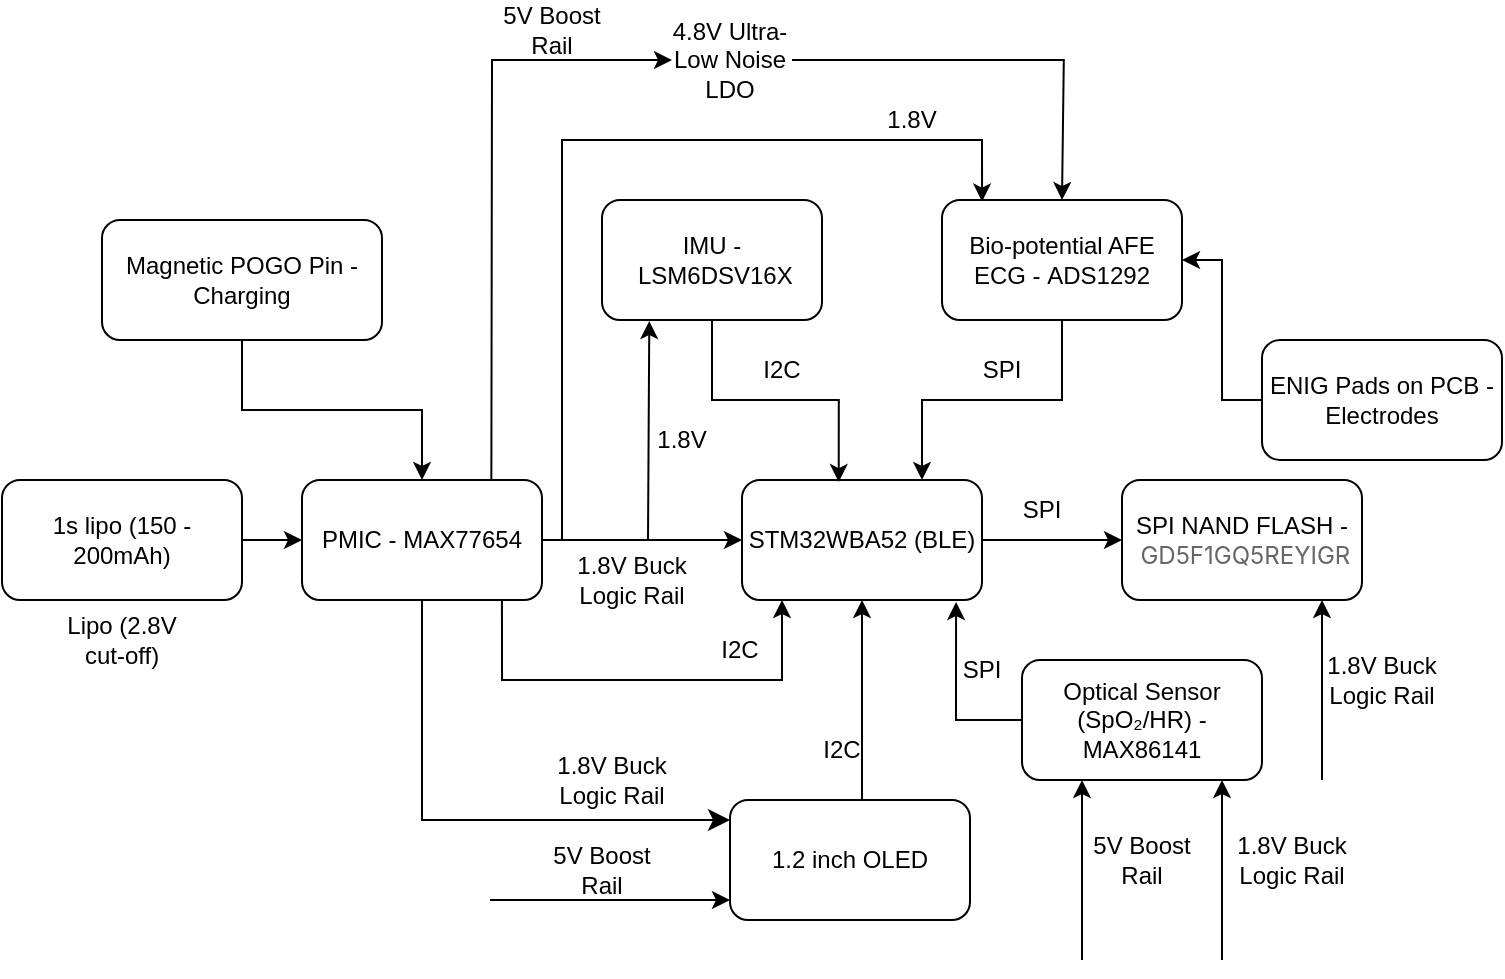
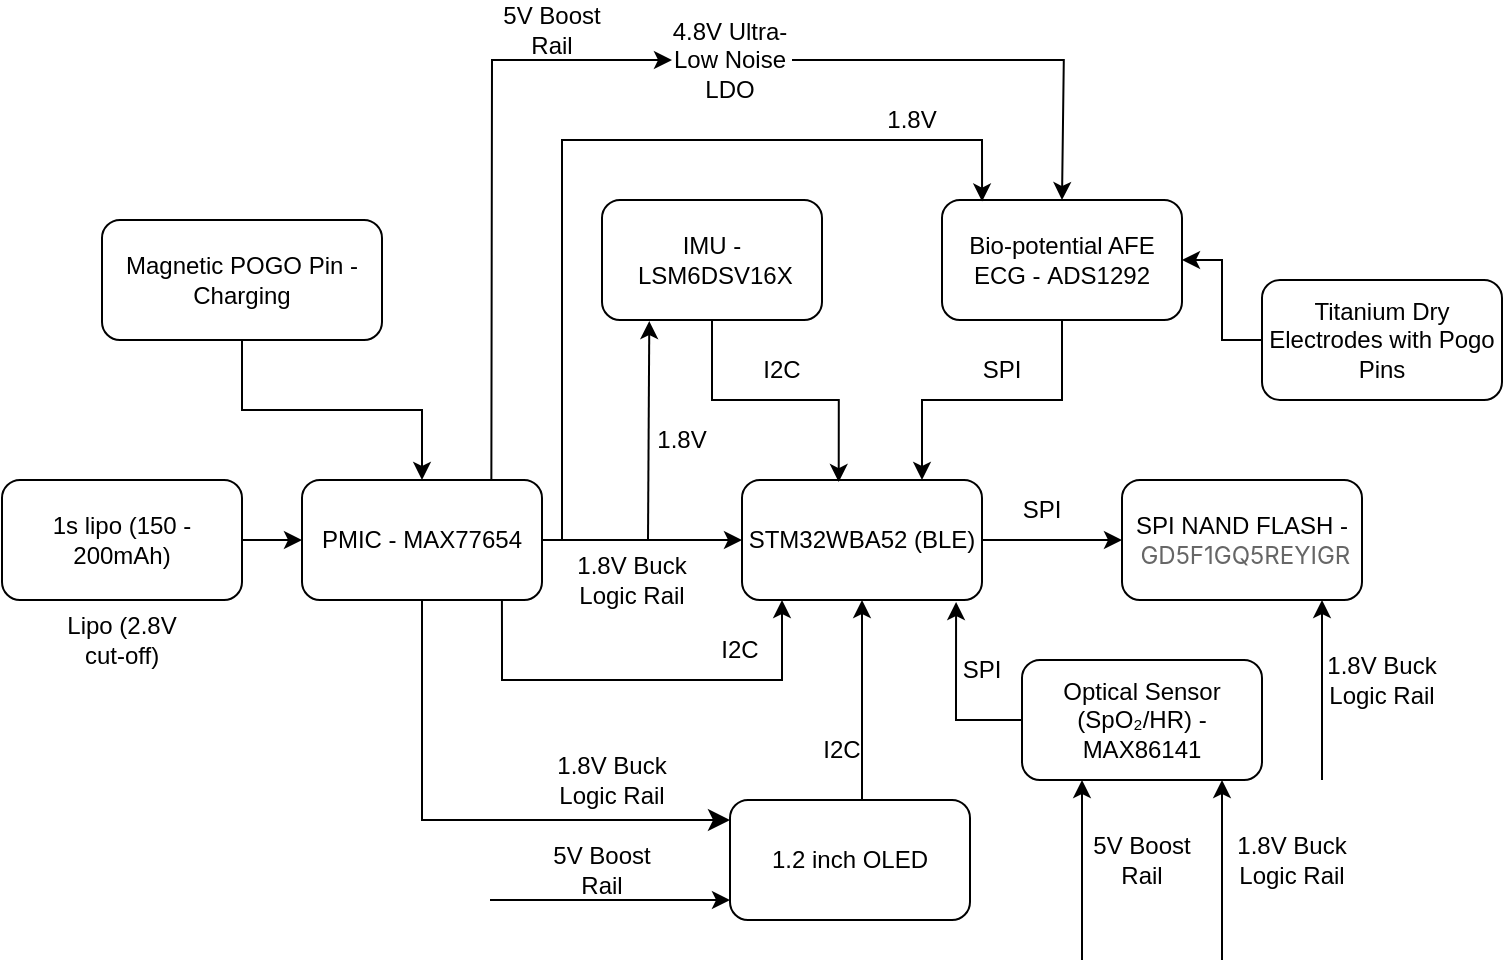
- <mxfile host="app.diagrams.net" agent="Mozilla/5.0 (Windows NT 10.0; Win64; x64) AppleWebKit/537.36 (KHTML, like Gecko) Chrome/145.0.0.0 Safari/537.36" version="29.6.4">
-   <diagram name="Page-1" id="kdr1D5AsXP2qeaeHXdVw">
-     <mxGraphModel dx="830" dy="437" grid="1" gridSize="10" guides="1" tooltips="1" connect="1" arrows="1" fold="1" page="1" pageScale="1" pageWidth="827" pageHeight="1169" math="0" shadow="0">
+ <mxfile host="app.diagrams.net" agent="Mozilla/5.0 (Windows NT 10.0; Win64; x64) AppleWebKit/537.36 (KHTML, like Gecko) Chrome/146.0.0.0 Safari/537.36">
+   <diagram name="Page-1" id="CBl6GuvdJ9SK1baWPvYd">
+     <mxGraphModel dx="1441" dy="764" grid="1" gridSize="10" guides="1" tooltips="1" connect="1" arrows="1" fold="1" page="1" pageScale="1" pageWidth="827" pageHeight="1169" math="0" shadow="0">
      <root>
        <mxCell id="0" />
        <mxCell id="1" parent="0" />
-         <mxCell id="BAGEx4Xcw8m6xMS7BeU6-1" parent="1" style="rounded=1;whiteSpace=wrap;html=1;" value="STM32WBA52 (BLE)" vertex="1">
+         <mxCell id="Z0qqgufa7MZAfJGrAJLe-1" parent="1" style="rounded=1;whiteSpace=wrap;html=1;" value="STM32WBA52 (BLE)" vertex="1">
          <mxGeometry height="60" width="120" x="420" y="340" as="geometry" />
        </mxCell>
-         <mxCell id="BAGEx4Xcw8m6xMS7BeU6-2" edge="1" parent="1" source="BAGEx4Xcw8m6xMS7BeU6-3" style="edgeStyle=orthogonalEdgeStyle;rounded=0;orthogonalLoop=1;jettySize=auto;html=1;entryX=0;entryY=0.5;entryDx=0;entryDy=0;" target="BAGEx4Xcw8m6xMS7BeU6-1">
-           <mxGeometry relative="1" as="geometry" />
-         </mxCell>
-         <mxCell id="BAGEx4Xcw8m6xMS7BeU6-3" parent="1" style="rounded=1;whiteSpace=wrap;html=1;" value="PMIC - MAX77654" vertex="1">
+         <mxCell id="Z0qqgufa7MZAfJGrAJLe-2" edge="1" parent="1" source="Z0qqgufa7MZAfJGrAJLe-3" style="edgeStyle=orthogonalEdgeStyle;rounded=0;orthogonalLoop=1;jettySize=auto;html=1;entryX=0;entryY=0.5;entryDx=0;entryDy=0;" target="Z0qqgufa7MZAfJGrAJLe-1">
+           <mxGeometry relative="1" as="geometry" />
+         </mxCell>
+         <mxCell id="Z0qqgufa7MZAfJGrAJLe-3" parent="1" style="rounded=1;whiteSpace=wrap;html=1;" value="PMIC - MAX77654" vertex="1">
          <mxGeometry height="60" width="120" x="200" y="340" as="geometry" />
        </mxCell>
-         <mxCell id="BAGEx4Xcw8m6xMS7BeU6-4" parent="1" style="rounded=1;whiteSpace=wrap;html=1;" value="IMU -&amp;nbsp;LSM6DSV16X" vertex="1">
+         <mxCell id="Z0qqgufa7MZAfJGrAJLe-4" parent="1" style="rounded=1;whiteSpace=wrap;html=1;" value="IMU -&amp;nbsp;LSM6DSV16X" vertex="1">
          <mxGeometry height="60" width="110" x="350" y="200" as="geometry" />
        </mxCell>
-         <mxCell id="BAGEx4Xcw8m6xMS7BeU6-5" edge="1" parent="1" source="BAGEx4Xcw8m6xMS7BeU6-6" style="edgeStyle=orthogonalEdgeStyle;rounded=0;orthogonalLoop=1;jettySize=auto;html=1;entryX=0.75;entryY=0;entryDx=0;entryDy=0;" target="BAGEx4Xcw8m6xMS7BeU6-1">
-           <mxGeometry relative="1" as="geometry" />
-         </mxCell>
-         <mxCell id="BAGEx4Xcw8m6xMS7BeU6-6" parent="1" style="rounded=1;whiteSpace=wrap;html=1;" value="Bio-potential AFE&lt;div&gt;ECG -&amp;nbsp;ADS1292&lt;/div&gt;" vertex="1">
+         <mxCell id="Z0qqgufa7MZAfJGrAJLe-5" edge="1" parent="1" source="Z0qqgufa7MZAfJGrAJLe-6" style="edgeStyle=orthogonalEdgeStyle;rounded=0;orthogonalLoop=1;jettySize=auto;html=1;entryX=0.75;entryY=0;entryDx=0;entryDy=0;" target="Z0qqgufa7MZAfJGrAJLe-1">
+           <mxGeometry relative="1" as="geometry" />
+         </mxCell>
+         <mxCell id="Z0qqgufa7MZAfJGrAJLe-6" parent="1" style="rounded=1;whiteSpace=wrap;html=1;" value="Bio-potential AFE&lt;div&gt;ECG -&amp;nbsp;ADS1292&lt;/div&gt;" vertex="1">
          <mxGeometry height="60" width="120" x="520" y="200" as="geometry" />
        </mxCell>
-         <mxCell id="BAGEx4Xcw8m6xMS7BeU6-7" edge="1" parent="1" source="BAGEx4Xcw8m6xMS7BeU6-8" style="edgeStyle=orthogonalEdgeStyle;rounded=0;orthogonalLoop=1;jettySize=auto;html=1;entryX=0;entryY=0.5;entryDx=0;entryDy=0;" target="BAGEx4Xcw8m6xMS7BeU6-3">
-           <mxGeometry relative="1" as="geometry" />
-         </mxCell>
-         <mxCell id="BAGEx4Xcw8m6xMS7BeU6-8" parent="1" style="rounded=1;whiteSpace=wrap;html=1;" value="1s lipo (150 - 200mAh)" vertex="1">
+         <mxCell id="Z0qqgufa7MZAfJGrAJLe-7" edge="1" parent="1" source="Z0qqgufa7MZAfJGrAJLe-8" style="edgeStyle=orthogonalEdgeStyle;rounded=0;orthogonalLoop=1;jettySize=auto;html=1;entryX=0;entryY=0.5;entryDx=0;entryDy=0;" target="Z0qqgufa7MZAfJGrAJLe-3">
+           <mxGeometry relative="1" as="geometry" />
+         </mxCell>
+         <mxCell id="Z0qqgufa7MZAfJGrAJLe-8" parent="1" style="rounded=1;whiteSpace=wrap;html=1;" value="1s lipo (150 - 200mAh)" vertex="1">
          <mxGeometry height="60" width="120" x="50" y="340" as="geometry" />
        </mxCell>
-         <mxCell id="BAGEx4Xcw8m6xMS7BeU6-9" edge="1" parent="1" source="BAGEx4Xcw8m6xMS7BeU6-10" style="edgeStyle=orthogonalEdgeStyle;rounded=0;orthogonalLoop=1;jettySize=auto;html=1;entryX=0.5;entryY=1;entryDx=0;entryDy=0;" target="BAGEx4Xcw8m6xMS7BeU6-1">
+         <mxCell id="Z0qqgufa7MZAfJGrAJLe-9" edge="1" parent="1" source="Z0qqgufa7MZAfJGrAJLe-10" style="edgeStyle=orthogonalEdgeStyle;rounded=0;orthogonalLoop=1;jettySize=auto;html=1;entryX=0.5;entryY=1;entryDx=0;entryDy=0;" target="Z0qqgufa7MZAfJGrAJLe-1">
          <mxGeometry relative="1" as="geometry">
            <Array as="points">
              <mxPoint x="480" y="480" />
              <mxPoint x="480" y="480" />
            </Array>
          </mxGeometry>
        </mxCell>
-         <mxCell id="BAGEx4Xcw8m6xMS7BeU6-10" parent="1" style="rounded=1;whiteSpace=wrap;html=1;" value="1.2 inch OLED" vertex="1">
+         <mxCell id="Z0qqgufa7MZAfJGrAJLe-10" parent="1" style="rounded=1;whiteSpace=wrap;html=1;" value="1.2 inch OLED" vertex="1">
          <mxGeometry height="60" width="120" x="414" y="500" as="geometry" />
        </mxCell>
-         <mxCell id="BAGEx4Xcw8m6xMS7BeU6-11" parent="1" style="rounded=1;whiteSpace=wrap;html=1;" value="Optical Sensor (SpO₂/HR) - MAX86141" vertex="1">
+         <mxCell id="Z0qqgufa7MZAfJGrAJLe-11" parent="1" style="rounded=1;whiteSpace=wrap;html=1;" value="Optical Sensor (SpO₂/HR) - MAX86141" vertex="1">
          <mxGeometry height="60" width="120" x="560" y="430" as="geometry" />
        </mxCell>
-         <mxCell id="BAGEx4Xcw8m6xMS7BeU6-12" edge="1" parent="1" source="BAGEx4Xcw8m6xMS7BeU6-1" style="edgeStyle=orthogonalEdgeStyle;rounded=0;orthogonalLoop=1;jettySize=auto;html=1;exitX=1;exitY=0.5;exitDx=0;exitDy=0;entryX=0;entryY=0.5;entryDx=0;entryDy=0;" target="BAGEx4Xcw8m6xMS7BeU6-13">
+         <mxCell id="Z0qqgufa7MZAfJGrAJLe-12" edge="1" parent="1" source="Z0qqgufa7MZAfJGrAJLe-1" style="edgeStyle=orthogonalEdgeStyle;rounded=0;orthogonalLoop=1;jettySize=auto;html=1;exitX=1;exitY=0.5;exitDx=0;exitDy=0;entryX=0;entryY=0.5;entryDx=0;entryDy=0;" target="Z0qqgufa7MZAfJGrAJLe-13">
          <mxGeometry relative="1" as="geometry">
            <Array as="points" />
            <mxPoint x="555" y="370.0000000000001" as="sourcePoint" />
            <mxPoint x="590" y="370.31" as="targetPoint" />
          </mxGeometry>
        </mxCell>
-         <mxCell id="BAGEx4Xcw8m6xMS7BeU6-13" parent="1" style="rounded=1;whiteSpace=wrap;html=1;" value="SPI NAND FLASH -&amp;nbsp;&lt;span style=&quot;font-family: Inter, &amp;quot;Microsoft YaHei&amp;quot;, PingFangSC, PingFangSC-Semibold, notosans; text-align: start; background-color: rgb(255, 255, 255);&quot;&gt;&lt;font style=&quot;color: light-dark(rgb(102, 102, 102), rgb(255, 255, 255));&quot;&gt;GD5F1GQ5REYIGR&lt;/font&gt;&lt;/span&gt;" vertex="1">
+         <mxCell id="Z0qqgufa7MZAfJGrAJLe-13" parent="1" style="rounded=1;whiteSpace=wrap;html=1;" value="SPI NAND FLASH -&amp;nbsp;&lt;span style=&quot;font-family: Inter, &amp;quot;Microsoft YaHei&amp;quot;, PingFangSC, PingFangSC-Semibold, notosans; text-align: start; background-color: rgb(255, 255, 255);&quot;&gt;&lt;font style=&quot;color: light-dark(rgb(102, 102, 102), rgb(255, 255, 255));&quot;&gt;GD5F1GQ5REYIGR&lt;/font&gt;&lt;/span&gt;" vertex="1">
          <mxGeometry height="60" width="120" x="610" y="340" as="geometry" />
        </mxCell>
-         <mxCell id="BAGEx4Xcw8m6xMS7BeU6-14" edge="1" parent="1" source="BAGEx4Xcw8m6xMS7BeU6-15" style="edgeStyle=orthogonalEdgeStyle;rounded=0;orthogonalLoop=1;jettySize=auto;html=1;entryX=0.5;entryY=0;entryDx=0;entryDy=0;" target="BAGEx4Xcw8m6xMS7BeU6-3">
-           <mxGeometry relative="1" as="geometry" />
-         </mxCell>
-         <mxCell id="BAGEx4Xcw8m6xMS7BeU6-15" parent="1" style="rounded=1;whiteSpace=wrap;html=1;" value="Magnetic POGO Pin -Charging" vertex="1">
+         <mxCell id="Z0qqgufa7MZAfJGrAJLe-14" edge="1" parent="1" source="Z0qqgufa7MZAfJGrAJLe-15" style="edgeStyle=orthogonalEdgeStyle;rounded=0;orthogonalLoop=1;jettySize=auto;html=1;entryX=0.5;entryY=0;entryDx=0;entryDy=0;" target="Z0qqgufa7MZAfJGrAJLe-3">
+           <mxGeometry relative="1" as="geometry" />
+         </mxCell>
+         <mxCell id="Z0qqgufa7MZAfJGrAJLe-15" parent="1" style="rounded=1;whiteSpace=wrap;html=1;" value="Magnetic POGO Pin -Charging" vertex="1">
          <mxGeometry height="60" width="140" x="100" y="210" as="geometry" />
        </mxCell>
-         <mxCell id="BAGEx4Xcw8m6xMS7BeU6-16" edge="1" parent="1" source="BAGEx4Xcw8m6xMS7BeU6-17" style="edgeStyle=orthogonalEdgeStyle;rounded=0;orthogonalLoop=1;jettySize=auto;html=1;entryX=1;entryY=0.5;entryDx=0;entryDy=0;" target="BAGEx4Xcw8m6xMS7BeU6-6">
-           <mxGeometry relative="1" as="geometry" />
-         </mxCell>
-         <mxCell id="BAGEx4Xcw8m6xMS7BeU6-17" parent="1" style="rounded=1;whiteSpace=wrap;html=1;" value="ENIG Pads on PCB - Electrodes" vertex="1">
-           <mxGeometry height="60" width="120" x="680" y="270" as="geometry" />
-         </mxCell>
-         <mxCell id="BAGEx4Xcw8m6xMS7BeU6-18" edge="1" parent="1" source="BAGEx4Xcw8m6xMS7BeU6-4" style="edgeStyle=orthogonalEdgeStyle;rounded=0;orthogonalLoop=1;jettySize=auto;html=1;entryX=0.403;entryY=0.017;entryDx=0;entryDy=0;entryPerimeter=0;" target="BAGEx4Xcw8m6xMS7BeU6-1">
-           <mxGeometry relative="1" as="geometry" />
-         </mxCell>
-         <mxCell id="BAGEx4Xcw8m6xMS7BeU6-19" edge="1" parent="1" source="BAGEx4Xcw8m6xMS7BeU6-11" style="edgeStyle=orthogonalEdgeStyle;rounded=0;orthogonalLoop=1;jettySize=auto;html=1;entryX=0.892;entryY=1.017;entryDx=0;entryDy=0;entryPerimeter=0;" target="BAGEx4Xcw8m6xMS7BeU6-1">
-           <mxGeometry relative="1" as="geometry" />
-         </mxCell>
-         <mxCell id="BAGEx4Xcw8m6xMS7BeU6-20" parent="1" style="text;html=1;whiteSpace=wrap;strokeColor=none;fillColor=none;align=center;verticalAlign=middle;rounded=0;" value="I2C" vertex="1">
+         <mxCell id="Z0qqgufa7MZAfJGrAJLe-16" edge="1" parent="1" source="Z0qqgufa7MZAfJGrAJLe-17" style="edgeStyle=orthogonalEdgeStyle;rounded=0;orthogonalLoop=1;jettySize=auto;html=1;entryX=1;entryY=0.5;entryDx=0;entryDy=0;" target="Z0qqgufa7MZAfJGrAJLe-6">
+           <mxGeometry relative="1" as="geometry" />
+         </mxCell>
+         <mxCell id="Z0qqgufa7MZAfJGrAJLe-17" parent="1" style="rounded=1;whiteSpace=wrap;html=1;" value="Titanium Dry Electrodes with Pogo Pins" vertex="1">
+           <mxGeometry height="60" width="120" x="680" y="240" as="geometry" />
+         </mxCell>
+         <mxCell id="Z0qqgufa7MZAfJGrAJLe-18" edge="1" parent="1" source="Z0qqgufa7MZAfJGrAJLe-4" style="edgeStyle=orthogonalEdgeStyle;rounded=0;orthogonalLoop=1;jettySize=auto;html=1;entryX=0.403;entryY=0.017;entryDx=0;entryDy=0;entryPerimeter=0;" target="Z0qqgufa7MZAfJGrAJLe-1">
+           <mxGeometry relative="1" as="geometry" />
+         </mxCell>
+         <mxCell id="Z0qqgufa7MZAfJGrAJLe-19" edge="1" parent="1" source="Z0qqgufa7MZAfJGrAJLe-11" style="edgeStyle=orthogonalEdgeStyle;rounded=0;orthogonalLoop=1;jettySize=auto;html=1;entryX=0.892;entryY=1.017;entryDx=0;entryDy=0;entryPerimeter=0;" target="Z0qqgufa7MZAfJGrAJLe-1">
+           <mxGeometry relative="1" as="geometry" />
+         </mxCell>
+         <mxCell id="Z0qqgufa7MZAfJGrAJLe-20" parent="1" style="text;html=1;whiteSpace=wrap;strokeColor=none;fillColor=none;align=center;verticalAlign=middle;rounded=0;" value="I2C" vertex="1">
          <mxGeometry height="30" width="60" x="410" y="270" as="geometry" />
        </mxCell>
-         <mxCell id="BAGEx4Xcw8m6xMS7BeU6-21" parent="1" style="text;html=1;whiteSpace=wrap;strokeColor=none;fillColor=none;align=center;verticalAlign=middle;rounded=0;" value="SPI" vertex="1">
+         <mxCell id="Z0qqgufa7MZAfJGrAJLe-21" parent="1" style="text;html=1;whiteSpace=wrap;strokeColor=none;fillColor=none;align=center;verticalAlign=middle;rounded=0;" value="SPI" vertex="1">
          <mxGeometry height="30" width="60" x="520" y="270" as="geometry" />
        </mxCell>
-         <mxCell id="BAGEx4Xcw8m6xMS7BeU6-22" parent="1" style="text;html=1;whiteSpace=wrap;strokeColor=none;fillColor=none;align=center;verticalAlign=middle;rounded=0;" value="SPI" vertex="1">
+         <mxCell id="Z0qqgufa7MZAfJGrAJLe-22" parent="1" style="text;html=1;whiteSpace=wrap;strokeColor=none;fillColor=none;align=center;verticalAlign=middle;rounded=0;" value="SPI" vertex="1">
          <mxGeometry height="30" width="60" x="540" y="340" as="geometry" />
        </mxCell>
-         <mxCell id="BAGEx4Xcw8m6xMS7BeU6-23" parent="1" style="text;html=1;whiteSpace=wrap;strokeColor=none;fillColor=none;align=center;verticalAlign=middle;rounded=0;" value="SPI" vertex="1">
+         <mxCell id="Z0qqgufa7MZAfJGrAJLe-23" parent="1" style="text;html=1;whiteSpace=wrap;strokeColor=none;fillColor=none;align=center;verticalAlign=middle;rounded=0;" value="SPI" vertex="1">
          <mxGeometry height="30" width="60" x="510" y="420" as="geometry" />
        </mxCell>
-         <mxCell id="BAGEx4Xcw8m6xMS7BeU6-24" parent="1" style="text;html=1;whiteSpace=wrap;strokeColor=none;fillColor=none;align=center;verticalAlign=middle;rounded=0;" value="I2C" vertex="1">
+         <mxCell id="Z0qqgufa7MZAfJGrAJLe-24" parent="1" style="text;html=1;whiteSpace=wrap;strokeColor=none;fillColor=none;align=center;verticalAlign=middle;rounded=0;" value="I2C" vertex="1">
          <mxGeometry height="30" width="60" x="440" y="460" as="geometry" />
        </mxCell>
-         <mxCell id="BAGEx4Xcw8m6xMS7BeU6-25" parent="1" style="text;html=1;whiteSpace=wrap;strokeColor=none;fillColor=none;align=center;verticalAlign=middle;rounded=0;" value="1.8V Buck Logic Rail" vertex="1">
+         <mxCell id="Z0qqgufa7MZAfJGrAJLe-25" parent="1" style="text;html=1;whiteSpace=wrap;strokeColor=none;fillColor=none;align=center;verticalAlign=middle;rounded=0;" value="1.8V Buck Logic Rail" vertex="1">
          <mxGeometry height="40" width="70" x="330" y="370" as="geometry" />
        </mxCell>
-         <mxCell id="BAGEx4Xcw8m6xMS7BeU6-26" parent="1" style="text;html=1;whiteSpace=wrap;strokeColor=none;fillColor=none;align=center;verticalAlign=middle;rounded=0;" value="Lipo (2.8V cut-off)" vertex="1">
+         <mxCell id="Z0qqgufa7MZAfJGrAJLe-26" parent="1" style="text;html=1;whiteSpace=wrap;strokeColor=none;fillColor=none;align=center;verticalAlign=middle;rounded=0;" value="Lipo (2.8V cut-off)" vertex="1">
          <mxGeometry height="40" width="70" x="75" y="400" as="geometry" />
        </mxCell>
-         <mxCell id="BAGEx4Xcw8m6xMS7BeU6-27" parent="1" style="text;html=1;whiteSpace=wrap;strokeColor=none;fillColor=none;align=center;verticalAlign=middle;rounded=0;" value="4.8&lt;span style=&quot;background-color: transparent; color: light-dark(rgb(0, 0, 0), rgb(255, 255, 255));&quot;&gt;V Ultra-Low Noise LDO&lt;/span&gt;" vertex="1">
+         <mxCell id="Z0qqgufa7MZAfJGrAJLe-27" parent="1" style="text;html=1;whiteSpace=wrap;strokeColor=none;fillColor=none;align=center;verticalAlign=middle;rounded=0;" value="4.8&lt;span style=&quot;background-color: transparent; color: light-dark(rgb(0, 0, 0), rgb(255, 255, 255));&quot;&gt;V Ultra-Low Noise LDO&lt;/span&gt;" vertex="1">
          <mxGeometry height="40" width="70" x="379" y="110" as="geometry" />
        </mxCell>
-         <mxCell id="BAGEx4Xcw8m6xMS7BeU6-28" edge="1" parent="1" style="edgeStyle=segmentEdgeStyle;endArrow=classic;html=1;curved=0;rounded=0;endSize=8;startSize=8;entryX=0;entryY=0.156;entryDx=0;entryDy=0;entryPerimeter=0;" target="BAGEx4Xcw8m6xMS7BeU6-10" value="">
+         <mxCell id="Z0qqgufa7MZAfJGrAJLe-28" edge="1" parent="1" style="edgeStyle=segmentEdgeStyle;endArrow=classic;html=1;curved=0;rounded=0;endSize=8;startSize=8;entryX=0;entryY=0.156;entryDx=0;entryDy=0;entryPerimeter=0;" target="Z0qqgufa7MZAfJGrAJLe-10" value="">
          <mxGeometry height="50" relative="1" width="50" as="geometry">
            <Array as="points">
              <mxPoint x="260" y="510" />
              <mxPoint x="414" y="510" />
            </Array>
            <mxPoint x="260" y="400" as="sourcePoint" />
            <mxPoint x="414" y="515" as="targetPoint" />
          </mxGeometry>
        </mxCell>
-         <mxCell id="BAGEx4Xcw8m6xMS7BeU6-30" edge="1" parent="1" source="BAGEx4Xcw8m6xMS7BeU6-3" style="endArrow=classic;html=1;rounded=0;exitX=0.789;exitY=-0.009;exitDx=0;exitDy=0;exitPerimeter=0;" value="">
+         <mxCell id="Z0qqgufa7MZAfJGrAJLe-29" edge="1" parent="1" source="Z0qqgufa7MZAfJGrAJLe-3" style="endArrow=classic;html=1;rounded=0;exitX=0.789;exitY=-0.009;exitDx=0;exitDy=0;exitPerimeter=0;" value="">
          <mxGeometry height="50" relative="1" width="50" as="geometry">
            <Array as="points">
              <mxPoint x="295" y="130" />
            </Array>
            <mxPoint x="295" y="310" as="sourcePoint" />
            <mxPoint x="385" y="130" as="targetPoint" />
          </mxGeometry>
        </mxCell>
-         <mxCell id="BAGEx4Xcw8m6xMS7BeU6-31" parent="1" style="text;html=1;whiteSpace=wrap;strokeColor=none;fillColor=none;align=center;verticalAlign=middle;rounded=0;" value="5&lt;span style=&quot;background-color: transparent; color: light-dark(rgb(0, 0, 0), rgb(255, 255, 255));&quot;&gt;V Boost Rail&lt;/span&gt;" vertex="1">
+         <mxCell id="Z0qqgufa7MZAfJGrAJLe-30" parent="1" style="text;html=1;whiteSpace=wrap;strokeColor=none;fillColor=none;align=center;verticalAlign=middle;rounded=0;" value="5&lt;span style=&quot;background-color: transparent; color: light-dark(rgb(0, 0, 0), rgb(255, 255, 255));&quot;&gt;V Boost Rail&lt;/span&gt;" vertex="1">
          <mxGeometry height="30" width="60" x="295" y="100" as="geometry" />
        </mxCell>
-         <mxCell id="BAGEx4Xcw8m6xMS7BeU6-32" edge="1" parent="1" style="endArrow=classic;html=1;rounded=0;entryX=0.5;entryY=0;entryDx=0;entryDy=0;" target="BAGEx4Xcw8m6xMS7BeU6-6" value="">
+         <mxCell id="Z0qqgufa7MZAfJGrAJLe-31" edge="1" parent="1" style="endArrow=classic;html=1;rounded=0;entryX=0.5;entryY=0;entryDx=0;entryDy=0;" target="Z0qqgufa7MZAfJGrAJLe-6" value="">
          <mxGeometry height="50" relative="1" width="50" as="geometry">
            <Array as="points">
              <mxPoint x="580.9" y="130" />
            </Array>
            <mxPoint x="445" y="130" as="sourcePoint" />
            <mxPoint x="580.9" y="170" as="targetPoint" />
          </mxGeometry>
        </mxCell>
-         <mxCell id="BAGEx4Xcw8m6xMS7BeU6-34" parent="1" style="text;html=1;whiteSpace=wrap;strokeColor=none;fillColor=none;align=center;verticalAlign=middle;rounded=0;" value="5V Boost Rail" vertex="1">
+         <mxCell id="Z0qqgufa7MZAfJGrAJLe-32" parent="1" style="text;html=1;whiteSpace=wrap;strokeColor=none;fillColor=none;align=center;verticalAlign=middle;rounded=0;" value="5V Boost Rail" vertex="1">
          <mxGeometry height="30" width="60" x="590" y="515" as="geometry" />
        </mxCell>
-         <mxCell id="BAGEx4Xcw8m6xMS7BeU6-35" edge="1" parent="1" style="endArrow=classic;html=1;rounded=0;entryX=0.215;entryY=1.009;entryDx=0;entryDy=0;entryPerimeter=0;" target="BAGEx4Xcw8m6xMS7BeU6-4" value="">
+         <mxCell id="Z0qqgufa7MZAfJGrAJLe-33" edge="1" parent="1" style="endArrow=classic;html=1;rounded=0;entryX=0.215;entryY=1.009;entryDx=0;entryDy=0;entryPerimeter=0;" target="Z0qqgufa7MZAfJGrAJLe-4" value="">
          <mxGeometry height="50" relative="1" width="50" as="geometry">
            <Array as="points" />
            <mxPoint x="373" y="370" as="sourcePoint" />
            <mxPoint x="340" y="280" as="targetPoint" />
          </mxGeometry>
        </mxCell>
-         <mxCell id="BAGEx4Xcw8m6xMS7BeU6-36" edge="1" parent="1" source="BAGEx4Xcw8m6xMS7BeU6-25" style="endArrow=classic;html=1;rounded=0;exitX=0;exitY=0;exitDx=0;exitDy=0;entryX=0.167;entryY=0.013;entryDx=0;entryDy=0;entryPerimeter=0;" target="BAGEx4Xcw8m6xMS7BeU6-6" value="">
+         <mxCell id="Z0qqgufa7MZAfJGrAJLe-34" edge="1" parent="1" source="Z0qqgufa7MZAfJGrAJLe-25" style="endArrow=classic;html=1;rounded=0;exitX=0;exitY=0;exitDx=0;exitDy=0;entryX=0.167;entryY=0.013;entryDx=0;entryDy=0;entryPerimeter=0;" target="Z0qqgufa7MZAfJGrAJLe-6" value="">
          <mxGeometry height="50" relative="1" width="50" as="geometry">
            <Array as="points">
              <mxPoint x="330" y="170" />
              <mxPoint x="540" y="170" />
            </Array>
            <mxPoint x="330" y="360" as="sourcePoint" />
            <mxPoint x="540" y="180" as="targetPoint" />
          </mxGeometry>
        </mxCell>
-         <mxCell id="BAGEx4Xcw8m6xMS7BeU6-37" parent="1" style="text;html=1;whiteSpace=wrap;strokeColor=none;fillColor=none;align=center;verticalAlign=middle;rounded=0;" value="1.8V" vertex="1">
+         <mxCell id="Z0qqgufa7MZAfJGrAJLe-35" parent="1" style="text;html=1;whiteSpace=wrap;strokeColor=none;fillColor=none;align=center;verticalAlign=middle;rounded=0;" value="1.8V" vertex="1">
          <mxGeometry height="40" width="70" x="470" y="140" as="geometry" />
        </mxCell>
-         <mxCell id="BAGEx4Xcw8m6xMS7BeU6-38" parent="1" style="text;html=1;whiteSpace=wrap;strokeColor=none;fillColor=none;align=center;verticalAlign=middle;rounded=0;" value="1.8V" vertex="1">
+         <mxCell id="Z0qqgufa7MZAfJGrAJLe-36" parent="1" style="text;html=1;whiteSpace=wrap;strokeColor=none;fillColor=none;align=center;verticalAlign=middle;rounded=0;" value="1.8V" vertex="1">
          <mxGeometry height="40" width="70" x="355" y="300" as="geometry" />
        </mxCell>
-         <mxCell id="BAGEx4Xcw8m6xMS7BeU6-39" edge="1" parent="1" style="endArrow=classic;html=1;rounded=0;" value="">
+         <mxCell id="Z0qqgufa7MZAfJGrAJLe-37" edge="1" parent="1" style="endArrow=classic;html=1;rounded=0;" value="">
          <mxGeometry height="50" relative="1" width="50" as="geometry">
            <mxPoint x="660" y="580" as="sourcePoint" />
            <mxPoint x="660" y="490" as="targetPoint" />
          </mxGeometry>
        </mxCell>
-         <mxCell id="BAGEx4Xcw8m6xMS7BeU6-41" edge="1" parent="1" style="endArrow=classic;html=1;rounded=0;entryX=0.25;entryY=1;entryDx=0;entryDy=0;" target="BAGEx4Xcw8m6xMS7BeU6-11" value="">
+         <mxCell id="Z0qqgufa7MZAfJGrAJLe-38" edge="1" parent="1" style="endArrow=classic;html=1;rounded=0;entryX=0.25;entryY=1;entryDx=0;entryDy=0;" target="Z0qqgufa7MZAfJGrAJLe-11" value="">
          <mxGeometry height="50" relative="1" width="50" as="geometry">
            <mxPoint x="590" y="580" as="sourcePoint" />
            <mxPoint x="590" y="500" as="targetPoint" />
          </mxGeometry>
        </mxCell>
-         <mxCell id="BAGEx4Xcw8m6xMS7BeU6-42" parent="1" style="text;html=1;whiteSpace=wrap;strokeColor=none;fillColor=none;align=center;verticalAlign=middle;rounded=0;" value="1.8V Buck Logic Rail" vertex="1">
+         <mxCell id="Z0qqgufa7MZAfJGrAJLe-39" parent="1" style="text;html=1;whiteSpace=wrap;strokeColor=none;fillColor=none;align=center;verticalAlign=middle;rounded=0;" value="1.8V Buck Logic Rail" vertex="1">
          <mxGeometry height="40" width="70" x="660" y="510" as="geometry" />
        </mxCell>
-         <mxCell id="BAGEx4Xcw8m6xMS7BeU6-43" edge="1" parent="1" style="endArrow=classic;html=1;rounded=0;" value="">
+         <mxCell id="Z0qqgufa7MZAfJGrAJLe-40" edge="1" parent="1" style="endArrow=classic;html=1;rounded=0;" value="">
          <mxGeometry height="50" relative="1" width="50" as="geometry">
            <mxPoint x="294" y="550" as="sourcePoint" />
            <mxPoint x="414" y="550" as="targetPoint" />
          </mxGeometry>
        </mxCell>
-         <mxCell id="BAGEx4Xcw8m6xMS7BeU6-44" parent="1" style="text;html=1;whiteSpace=wrap;strokeColor=none;fillColor=none;align=center;verticalAlign=middle;rounded=0;" value="5V Boost Rail" vertex="1">
+         <mxCell id="Z0qqgufa7MZAfJGrAJLe-41" parent="1" style="text;html=1;whiteSpace=wrap;strokeColor=none;fillColor=none;align=center;verticalAlign=middle;rounded=0;" value="5V Boost Rail" vertex="1">
          <mxGeometry height="30" width="60" x="320" y="520" as="geometry" />
        </mxCell>
-         <mxCell id="BAGEx4Xcw8m6xMS7BeU6-46" edge="1" parent="1" style="endArrow=classic;html=1;rounded=0;" value="">
+         <mxCell id="Z0qqgufa7MZAfJGrAJLe-42" edge="1" parent="1" style="endArrow=classic;html=1;rounded=0;" value="">
          <mxGeometry height="50" relative="1" width="50" as="geometry">
            <mxPoint x="710" y="490" as="sourcePoint" />
            <mxPoint x="710" y="400" as="targetPoint" />
          </mxGeometry>
        </mxCell>
-         <mxCell id="BAGEx4Xcw8m6xMS7BeU6-47" parent="1" style="text;html=1;whiteSpace=wrap;strokeColor=none;fillColor=none;align=center;verticalAlign=middle;rounded=0;" value="1.8V Buck Logic Rail" vertex="1">
+         <mxCell id="Z0qqgufa7MZAfJGrAJLe-43" parent="1" style="text;html=1;whiteSpace=wrap;strokeColor=none;fillColor=none;align=center;verticalAlign=middle;rounded=0;" value="1.8V Buck Logic Rail" vertex="1">
          <mxGeometry height="40" width="70" x="705" y="420" as="geometry" />
        </mxCell>
-         <mxCell id="BAGEx4Xcw8m6xMS7BeU6-48" edge="1" parent="1" source="BAGEx4Xcw8m6xMS7BeU6-3" style="endArrow=classic;html=1;rounded=0;exitX=0.833;exitY=1;exitDx=0;exitDy=0;exitPerimeter=0;" value="">
+         <mxCell id="Z0qqgufa7MZAfJGrAJLe-44" edge="1" parent="1" source="Z0qqgufa7MZAfJGrAJLe-3" style="endArrow=classic;html=1;rounded=0;exitX=0.833;exitY=1;exitDx=0;exitDy=0;exitPerimeter=0;" value="">
          <mxGeometry height="50" relative="1" width="50" as="geometry">
            <Array as="points">
              <mxPoint x="300" y="420" />
              <mxPoint x="300" y="440" />
              <mxPoint x="440" y="440" />
            </Array>
            <mxPoint x="275" y="400" as="sourcePoint" />
            <mxPoint x="440" y="400" as="targetPoint" />
          </mxGeometry>
        </mxCell>
-         <mxCell id="BAGEx4Xcw8m6xMS7BeU6-49" parent="1" style="text;html=1;whiteSpace=wrap;strokeColor=none;fillColor=none;align=center;verticalAlign=middle;rounded=0;" value="I2C" vertex="1">
+         <mxCell id="Z0qqgufa7MZAfJGrAJLe-45" parent="1" style="text;html=1;whiteSpace=wrap;strokeColor=none;fillColor=none;align=center;verticalAlign=middle;rounded=0;" value="I2C" vertex="1">
          <mxGeometry height="30" width="60" x="389" y="410" as="geometry" />
        </mxCell>
-         <mxCell id="BAGEx4Xcw8m6xMS7BeU6-51" parent="1" style="text;html=1;whiteSpace=wrap;strokeColor=none;fillColor=none;align=center;verticalAlign=middle;rounded=0;" value="1.8V Buck Logic Rail" vertex="1">
+         <mxCell id="Z0qqgufa7MZAfJGrAJLe-46" parent="1" style="text;html=1;whiteSpace=wrap;strokeColor=none;fillColor=none;align=center;verticalAlign=middle;rounded=0;" value="1.8V Buck Logic Rail" vertex="1">
          <mxGeometry height="40" width="70" x="320" y="470" as="geometry" />
        </mxCell>
      </root>
    </mxGraphModel>
  </diagram>
</mxfile>
